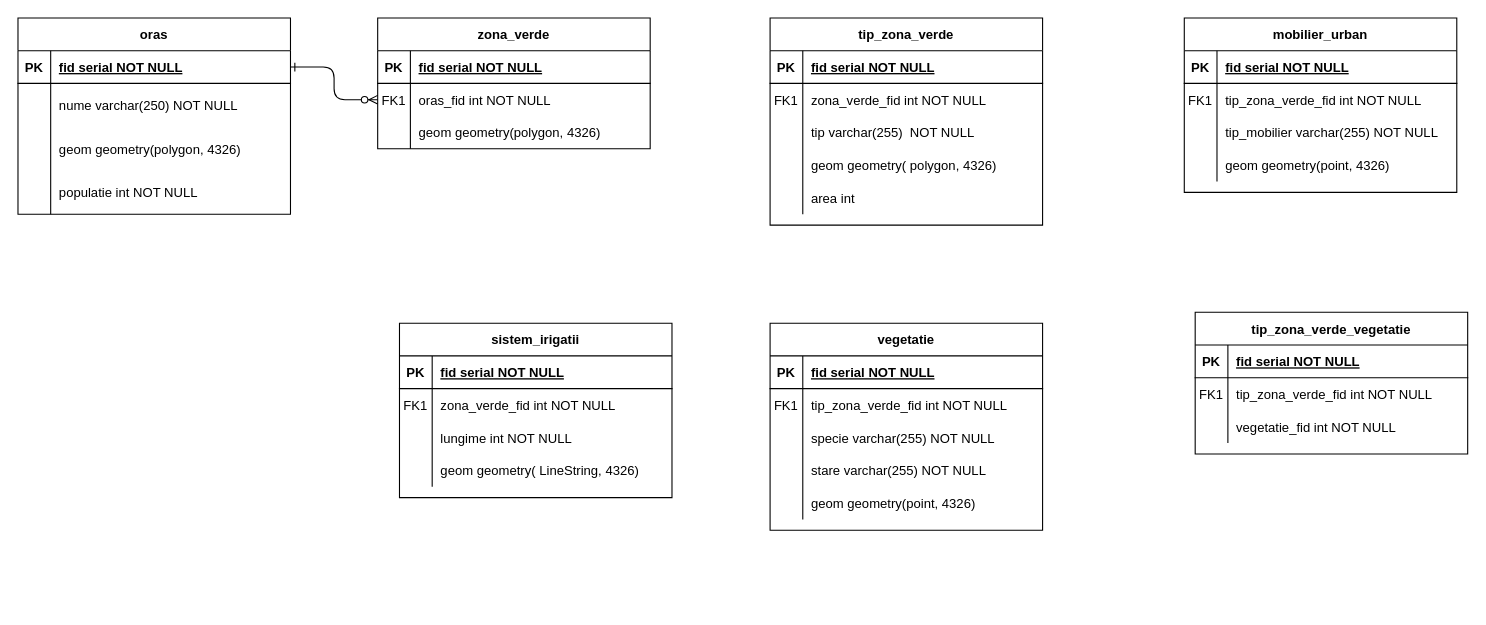
Before: Model_conceptual.drawio in vladmagosin/examen_db_sem2VM, a draw.io diagram. Source tidied: cells renumbered, new cells numbered last; positions are measured from the earlier drawing's top-left corner, leaving out a move shared by most shapes. Both pictures are drawn from the tidied source at 109%, with x=0, y=0 at pixel (17, 17).
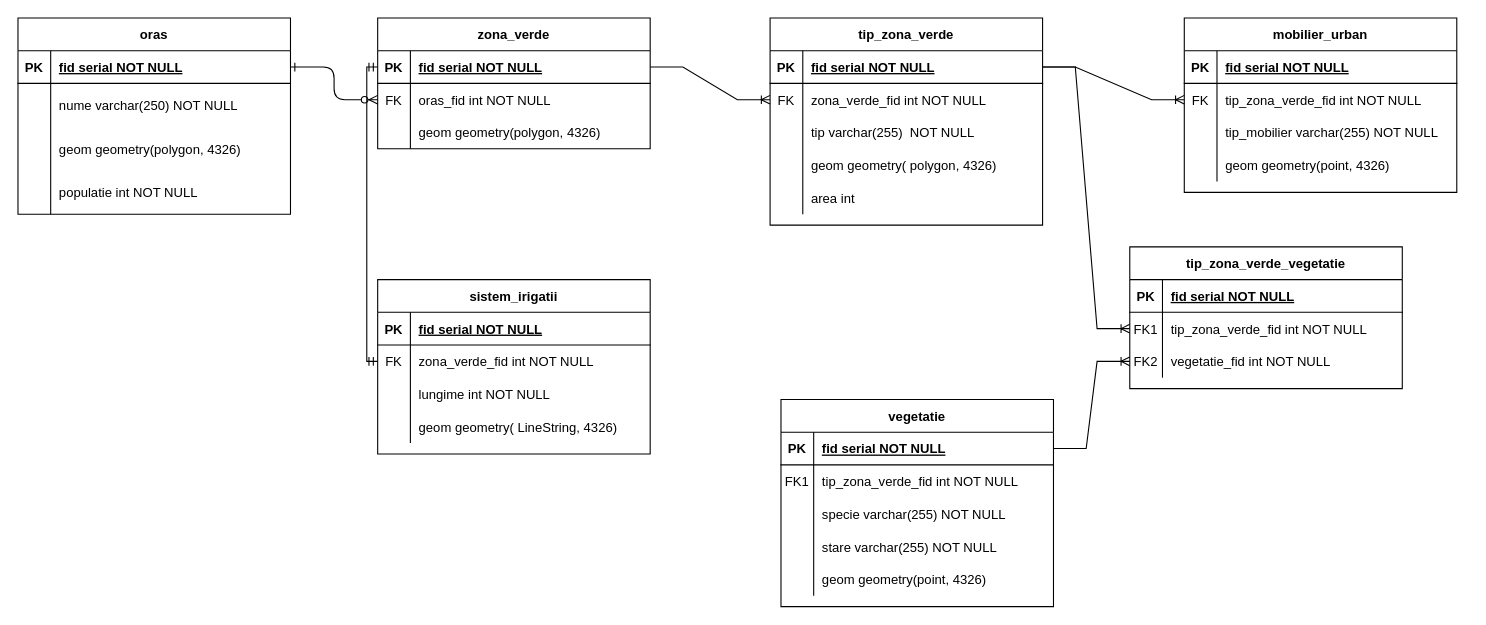
The same diagram, later.

The change refers to these unchanged cells:
```xml
<mxCell id="4" style="shape=partialRectangle;fillColor=none;points=[[0,0.5],[1,0.5]];portConstraint=eastwest;top=0;left=0;right=0;bottom=1;" parent="3" vertex="1">
  <mxGeometry y="30" width="250" height="30" as="geometry" />
</mxCell>
<mxCell id="7" style="shape=partialRectangle;fillColor=none;points=[[0,0.5],[1,0.5]];portConstraint=eastwest;top=0;left=0;right=0;bottom=0;" parent="3" vertex="1">
  <mxGeometry y="60" width="250" height="30" as="geometry" />
</mxCell>
<mxCell id="14" style="shape=partialRectangle;fillColor=none;points=[[0,0.5],[1,0.5]];portConstraint=eastwest;top=0;left=0;right=0;bottom=1;" parent="13" vertex="1">
  <mxGeometry y="30" width="250" height="30" as="geometry" />
</mxCell>
<mxCell id="17" style="shape=partialRectangle;fillColor=none;points=[[0,0.5],[1,0.5]];portConstraint=eastwest;top=0;left=0;right=0;bottom=0;" parent="13" vertex="1">
  <mxGeometry y="60" width="250" height="30" as="geometry" />
</mxCell>
<mxCell id="46" style="shape=partialRectangle;fillColor=none;points=[[0,0.5],[1,0.5]];portConstraint=eastwest;top=0;left=0;right=0;bottom=0;" parent="42" vertex="1">
  <mxGeometry y="60" width="250" height="30" as="geometry" />
</mxCell>
<mxCell id="59" style="shape=partialRectangle;fillColor=none;points=[[0,0.5],[1,0.5]];portConstraint=eastwest;top=0;left=0;right=0;bottom=0;" parent="55" vertex="1">
  <mxGeometry y="60" width="250" height="30" as="geometry" />
</mxCell>
<mxCell id="69" style="shape=partialRectangle;fillColor=none;points=[[0,0.5],[1,0.5]];portConstraint=eastwest;top=0;left=0;right=0;bottom=1;" parent="68" vertex="1">
  <mxGeometry y="30" width="250" height="30" as="geometry" />
</mxCell>
<mxCell id="88" style="shape=partialRectangle;fillColor=none;points=[[0,0.5],[1,0.5]];portConstraint=eastwest;top=0;left=0;right=0;bottom=0;" parent="84" vertex="1">
  <mxGeometry y="60" width="250" height="30" as="geometry" />
</mxCell>
<mxCell id="91" style="shape=partialRectangle;fillColor=none;points=[[0,0.5],[1,0.5]];portConstraint=eastwest;top=0;left=0;right=0;bottom=0;" parent="84" vertex="1">
  <mxGeometry y="90" width="250" height="30" as="geometry" />
</mxCell>
```

Change to the diagram source:
```diff
@@
-    <mxCell id="8" value="FK1" style="shape=partialRectangle;overflow=hidden;fillColor=none;top=0;left=0;bottom=0;right=0;" parent="7" vertex="1">
+    <mxCell id="8" value="FK" style="shape=partialRectangle;overflow=hidden;fillColor=none;top=0;left=0;bottom=0;right=0;" parent="7" vertex="1">
       <mxGeometry width="30" height="30" as="geometry" />
     </mxCell>
@@
-    <mxCell id="18" value="FK1" style="shape=partialRectangle;overflow=hidden;fillColor=none;top=0;left=0;bottom=0;right=0;" parent="17" vertex="1">
+    <mxCell id="18" value="FK" style="shape=partialRectangle;overflow=hidden;fillColor=none;top=0;left=0;bottom=0;right=0;" parent="17" vertex="1">
       <mxGeometry width="30" height="30" as="geometry" />
     </mxCell>
@@
-    <mxCell id="47" value="FK1" style="shape=partialRectangle;overflow=hidden;fillColor=none;top=0;left=0;bottom=0;right=0;" parent="46" vertex="1">
+    <mxCell id="47" value="FK" style="shape=partialRectangle;overflow=hidden;fillColor=none;top=0;left=0;bottom=0;right=0;" parent="46" vertex="1">
       <mxGeometry width="30" height="30" as="geometry" />
     </mxCell>
@@
     <mxCell id="55" value="sistem_irigatii" style="shape=table;startSize=30;childLayout=tableLayout;rowLines=0;fontStyle=1;align=center;" parent="1" vertex="1">
-      <mxGeometry x="350" y="280" width="250" height="160" as="geometry" />
+      <mxGeometry x="330" y="240" width="250" height="160" as="geometry" />
     </mxCell>
@@
-    <mxCell id="60" value="FK1" style="shape=partialRectangle;overflow=hidden;fillColor=none;top=0;left=0;bottom=0;right=0;" parent="59" vertex="1">
+    <mxCell id="60" value="FK" style="shape=partialRectangle;overflow=hidden;fillColor=none;top=0;left=0;bottom=0;right=0;" parent="59" vertex="1">
       <mxGeometry width="30" height="30" as="geometry" />
     </mxCell>
@@
     <mxCell id="68" value="vegetatie" style="shape=table;startSize=30;childLayout=tableLayout;rowLines=0;fontStyle=1;align=center;" parent="1" vertex="1">
-      <mxGeometry x="690" y="280" width="250" height="190" as="geometry" />
+      <mxGeometry x="700" y="350" width="250" height="190" as="geometry" />
     </mxCell>
@@
     <mxCell id="84" value="tip_zona_verde_vegetatie" style="shape=table;startSize=30;childLayout=tableLayout;rowLines=0;fontStyle=1;align=center;" parent="1" vertex="1">
-      <mxGeometry x="1080" y="270" width="250" height="130" as="geometry" />
+      <mxGeometry x="1020" y="210" width="250" height="130" as="geometry" />
     </mxCell>
@@
-    <mxCell id="92" style="shape=partialRectangle;overflow=hidden;fillColor=none;top=0;left=0;bottom=0;right=0;" parent="91" vertex="1">
+    <mxCell id="92" value="FK2" style="shape=partialRectangle;overflow=hidden;fillColor=none;top=0;left=0;bottom=0;right=0;" parent="91" vertex="1">
       <mxGeometry width="30" height="30" as="geometry" />
     </mxCell>
@@
+    <mxCell id="94" style="edgeStyle=entityRelationEdgeStyle;fontSize=12;html=1;endArrow=ERoneToMany;rounded=0;exitX=1;exitY=0.5;exitDx=0;exitDy=0;entryX=0;entryY=0.5;entryDx=0;entryDy=0;" parent="1" edge="1" source="4" target="17">
+      <mxGeometry relative="1" as="geometry" />
+    </mxCell>
+    <mxCell id="95" style="edgeStyle=entityRelationEdgeStyle;fontSize=12;html=1;endArrow=ERoneToMany;rounded=0;exitX=1;exitY=0.5;exitDx=0;exitDy=0;entryX=0;entryY=0.5;entryDx=0;entryDy=0;" parent="1" edge="1" source="14" target="46">
+      <mxGeometry relative="1" as="geometry" />
+    </mxCell>
+    <mxCell id="96" style="edgeStyle=orthogonalEdgeStyle;fontSize=12;html=1;endArrow=ERmandOne;startArrow=ERmandOne;rounded=0;exitX=0;exitY=0.5;exitDx=0;exitDy=0;entryX=0;entryY=0.5;entryDx=0;entryDy=0;" parent="1" edge="1" source="4" target="59">
+      <mxGeometry relative="1" as="geometry" />
+    </mxCell>
+    <mxCell id="97" style="edgeStyle=entityRelationEdgeStyle;fontSize=12;html=1;endArrow=ERoneToMany;rounded=0;exitX=1;exitY=0.5;exitDx=0;exitDy=0;entryX=0;entryY=0.5;entryDx=0;entryDy=0;" parent="1" edge="1" source="14" target="88">
+      <mxGeometry relative="1" as="geometry" />
+    </mxCell>
+    <mxCell id="98" style="edgeStyle=entityRelationEdgeStyle;fontSize=12;html=1;endArrow=ERoneToMany;rounded=0;exitX=1;exitY=0.5;exitDx=0;exitDy=0;entryX=0;entryY=0.5;entryDx=0;entryDy=0;" parent="1" edge="1" source="69" target="91">
+      <mxGeometry relative="1" as="geometry" />
+    </mxCell>
```
